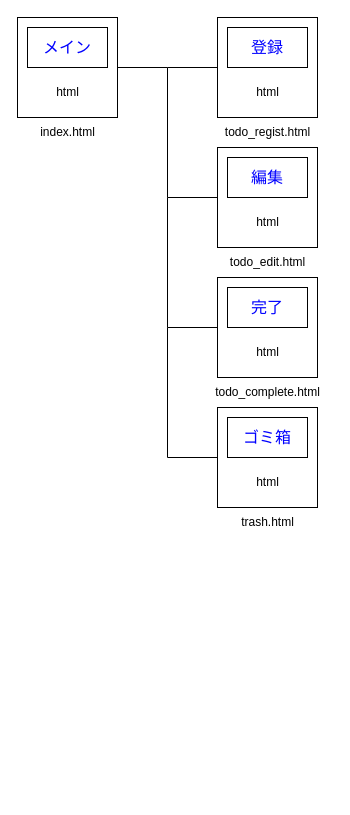
Above: drawio/ページ構成/page.drawio in mori1252/TODO (draw.io), before the change. Source tidied: cells renumbered, new cells numbered last; positions are measured from the earlier drawing's top-left corner, leaving out a move shared by most shapes. Both pictures are drawn from the tidied source at 100%, with x=0, y=0 at pixel (17, 17).
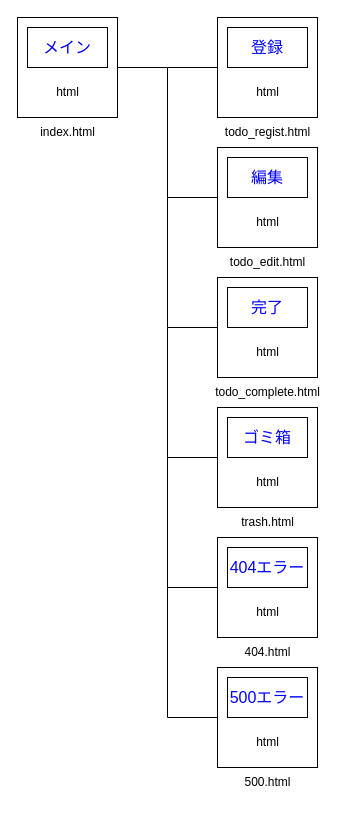
The same page after the edit.

Diff of the diagram source:
```diff
@@
+    <mxCell id="31" style="group;" parent="1" vertex="1">
+      <mxGeometry x="200" y="520" width="100" height="100" as="geometry" />
+    </mxCell>
+    <mxCell id="32" style="edgeStyle=none;html=1;rounded=0;curved=0;endArrow=none;endFill=0;" parent="31" edge="1" source="33">
+      <mxGeometry relative="1" as="geometry">
+        <mxPoint x="-50" y="-80" as="targetPoint" />
+        <Array as="points">
+          <mxPoint x="-50" y="50" />
+        </Array>
+      </mxGeometry>
+    </mxCell>
+    <mxCell id="33" style="rounded=0;whiteSpace=wrap;html=1;" parent="31" vertex="1">
+      <mxGeometry width="100" height="100" as="geometry" />
+    </mxCell>
+    <mxCell id="34" value="html" style="text;html=1;align=center;verticalAlign=middle;strokeColor=none;fillColor=none;" parent="31" vertex="1">
+      <mxGeometry x="25" y="60" width="50" height="30" as="geometry" />
+    </mxCell>
+    <mxCell id="35" value="404エラー" style="rounded=0;whiteSpace=wrap;fontSize=16;fontColor=#0000FF;" parent="31" vertex="1">
+      <mxGeometry x="10" y="10" width="80" height="40" as="geometry" />
+    </mxCell>
+    <mxCell id="36" style="group;" parent="1" vertex="1">
+      <mxGeometry x="200" y="650" width="100" height="100" as="geometry" />
+    </mxCell>
+    <mxCell id="37" style="edgeStyle=none;html=1;rounded=0;curved=0;endArrow=none;endFill=0;" parent="36" edge="1" source="38">
+      <mxGeometry relative="1" as="geometry">
+        <mxPoint x="-50" y="-80" as="targetPoint" />
+        <Array as="points">
+          <mxPoint x="-50" y="50" />
+        </Array>
+      </mxGeometry>
+    </mxCell>
+    <mxCell id="38" style="rounded=0;whiteSpace=wrap;html=1;" parent="36" vertex="1">
+      <mxGeometry width="100" height="100" as="geometry" />
+    </mxCell>
+    <mxCell id="39" value="html" style="text;html=1;align=center;verticalAlign=middle;strokeColor=none;fillColor=none;" parent="36" vertex="1">
+      <mxGeometry x="25" y="60" width="50" height="30" as="geometry" />
+    </mxCell>
+    <mxCell id="40" value="500エラー" style="rounded=0;whiteSpace=wrap;fontSize=16;fontColor=#0000FF;" parent="36" vertex="1">
+      <mxGeometry x="10" y="10" width="80" height="40" as="geometry" />
+    </mxCell>
+    <mxCell id="41" value="404.html" style="text;html=1;align=center;verticalAlign=middle;strokeColor=none;fillColor=none;" parent="1" vertex="1">
+      <mxGeometry x="215" y="620" width="70" height="30" as="geometry" />
+    </mxCell>
+    <mxCell id="42" value="&lt;font&gt;500&lt;span style=&quot;background-color: transparent;&quot;&gt;.html&lt;/span&gt;&lt;/font&gt;" style="text;html=1;align=center;verticalAlign=middle;strokeColor=none;fillColor=none;" parent="1" vertex="1">
+      <mxGeometry x="215" y="750" width="70" height="30" as="geometry" />
+    </mxCell>
```
